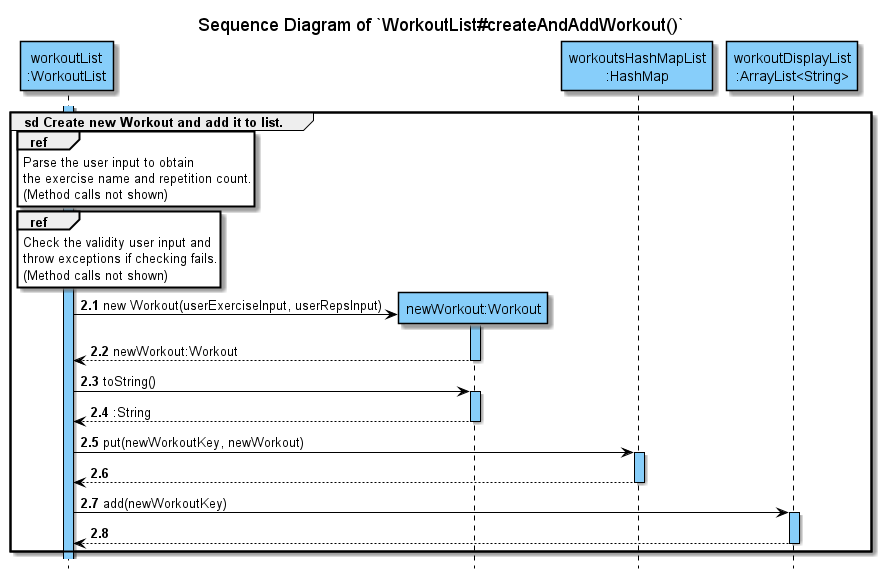
Earlier version of the PlantUML export docs/uml/sequenceDiagrams/workouts/images/CreateAndAddWorkout.png (nus-cs2113-AY2122S2/tp).
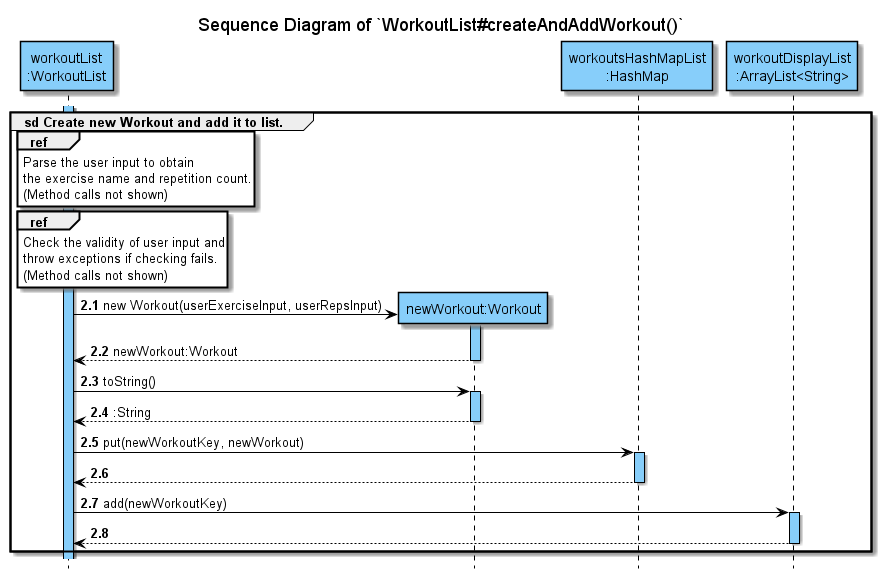
After the commit.

Commit message:
DeveloperGuide.md: Update workout section

The edit, as a diff of the source:
```diff
@@ -22,7 +22,7 @@
 end
 
 ref over wl
-Check the validity user input and
+Check the validity of user input and
 throw exceptions if checking fails.
 (Method calls not shown)
 end
```
